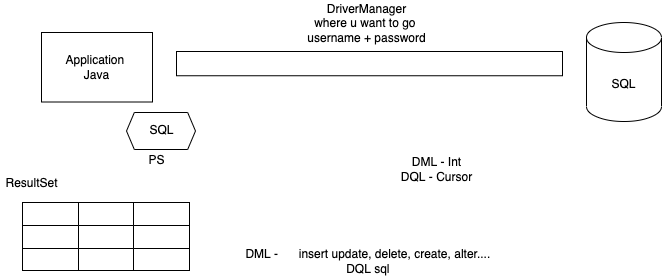
This is images/day5.drawio.png from adithnaveen/2022-jul-asde-jfs-sapient, a draw.io export, as it was before one commit. Source tidied: cells renumbered, new cells last; positions are measured from the earlier drawing's top-left corner, leaving out a move shared by most shapes.
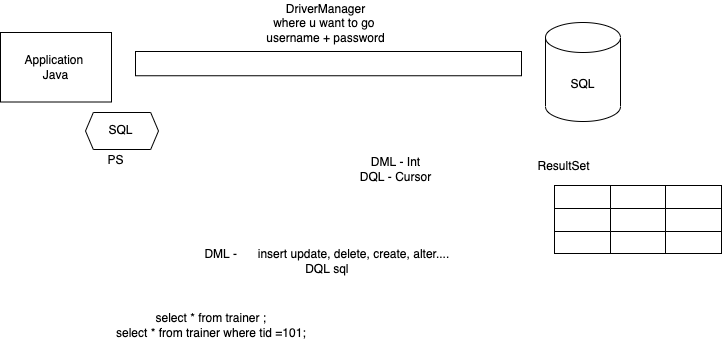
After the change.

What changed in the source:
```diff
@@ -3,7 +3,7 @@
     <mxCell id="0" />
     <mxCell id="1" parent="0" />
     <mxCell id="2" style="shape=hexagon;perimeter=hexagonPerimeter2;whiteSpace=wrap;html=1;fixedSize=1;size=7.837493896484318;" parent="1" vertex="1">
-      <mxGeometry x="126" y="112" width="69" height="37" as="geometry" />
+      <mxGeometry x="126" y="112" width="73" height="37" as="geometry" />
     </mxCell>
     <mxCell id="3" value="SQL" style="shape=cylinder3;whiteSpace=wrap;html=1;boundedLbl=1;backgroundOutline=1;size=15;" parent="1" vertex="1">
       <mxGeometry x="586" y="22" width="75" height="99" as="geometry" />
@@ -24,7 +24,7 @@
       <mxGeometry x="395" y="153" width="81" height="32" as="geometry" />
     </mxCell>
     <mxCell id="9" style="shape=table;html=1;whiteSpace=wrap;startSize=0;" parent="1" vertex="1">
-      <mxGeometry x="22" y="202" width="167" height="68" as="geometry" />
+      <mxGeometry x="595" y="185" width="167" height="68" as="geometry" />
     </mxCell>
     <mxCell id="10" style="shape=partialRectangle;html=1;whiteSpace=wrap;fillColor=none;top=0;left=0;bottom=0;right=0;" parent="9" vertex="1">
       <mxGeometry width="167" height="23" as="geometry" />
@@ -63,7 +63,7 @@
       <mxGeometry x="111" width="56" height="22" as="geometry" />
     </mxCell>
     <mxCell id="22" value="ResultSet" style="text;html=1;align=center;verticalAlign=middle;strokeColor=none;fillColor=none;" parent="1" vertex="1">
-      <mxGeometry y="174" width="62" height="18" as="geometry" />
+      <mxGeometry x="573" y="157" width="62" height="18" as="geometry" />
     </mxCell>
     <mxCell id="23" style="rounded=0;whiteSpace=wrap;html=1;" parent="1" vertex="1">
       <mxGeometry x="176" y="51" width="386" height="24.2" as="geometry" />
@@ -71,5 +71,8 @@
     <mxCell id="24" value="DriverManager&lt;br&gt;where u want to go&amp;nbsp;&lt;br&gt;username + password" style="text;html=1;align=center;verticalAlign=middle;strokeColor=none;fillColor=none;" parent="1" vertex="1">
       <mxGeometry x="301" width="129" height="46" as="geometry" />
     </mxCell>
+    <mxCell id="25" value="select * from trainer ;&amp;nbsp;&lt;br&gt;select * from trainer where tid =101;&amp;nbsp;" style="text;html=1;align=center;verticalAlign=middle;strokeColor=none;fillColor=none;" parent="1" vertex="1">
+      <mxGeometry x="151" y="309" width="203" height="32" as="geometry" />
+    </mxCell>
   </root>
 </mxGraphModel>
```
